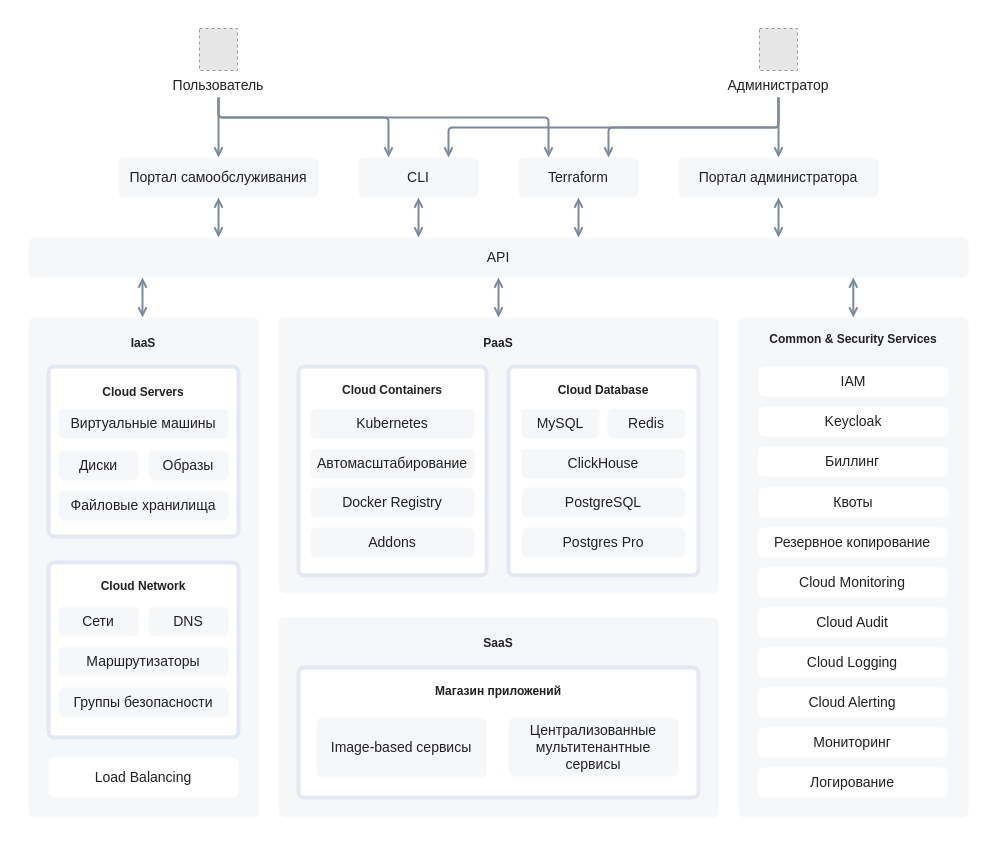
This is page "old_arch_general_architecture_pg" (3 of 4) of docs/ru/intro/service-list-private/assets/architecture.drawio from vk-cs/docs-public, a draw.io file, before an edit. Source tidied: cells renumbered, new cells numbered last; positions are measured from the earlier drawing's top-left corner, leaving out a move shared by most shapes. Both pictures are drawn from the tidied source at 100%, with x=0, y=0 at pixel (17, 17). Pictures stored in the file or linked from it are replaced by grey dashed boxes.
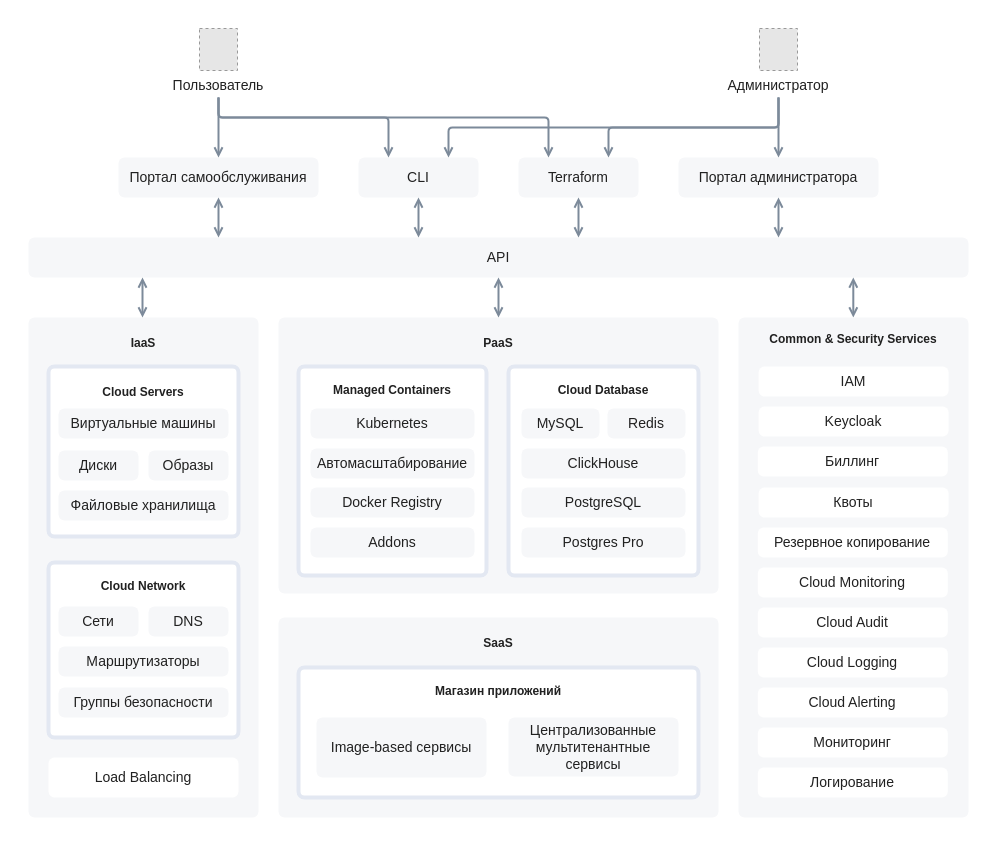
After the change.

Change to the diagram source:
```diff
@@
-    <mxCell id="13" value="&lt;font&gt;Cloud Containers&lt;/font&gt;" style="rounded=1;whiteSpace=wrap;html=1;fontFamily=VK Sans Display;strokeColor=#E3E8F2;arcsize=12;fillColor=#FFF;spacing=12;verticalAlign=top;spacingTop=0;strokeWidth=4;spacingLeft=0;spacingBottom=0;fontStyle=1;arcSize=12;absoluteArcSize=1;fontColor=#212121;" parent="1" vertex="1">
+    <mxCell id="13" value="&lt;font&gt;Managed Containers&lt;/font&gt;" style="rounded=1;whiteSpace=wrap;html=1;fontFamily=VK Sans Display;strokeColor=#E3E8F2;arcsize=12;fillColor=#FFF;spacing=12;verticalAlign=top;spacingTop=0;strokeWidth=4;spacingLeft=0;spacingBottom=0;fontStyle=1;arcSize=12;absoluteArcSize=1;fontColor=#212121;" parent="1" vertex="1">
       <mxGeometry x="281" y="349" width="188" height="209" as="geometry" />
     </mxCell>
```
